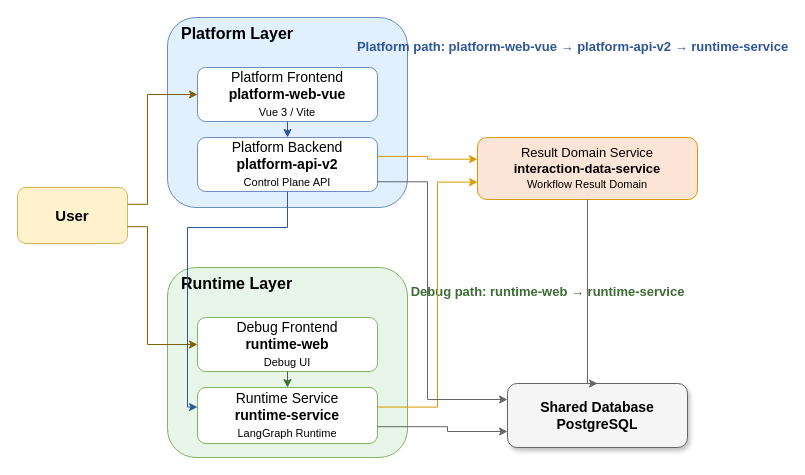
Earlier version of the draw.io diagram docs/diagrams/system-architecture.en.drawio (ljxpython/ai-agent-platform). Source tidied: cells renumbered, new cells numbered last; positions are measured from the earlier drawing's top-left corner, leaving out a move shared by most shapes. Both pictures are drawn from the tidied source at 100%, with x=0, y=0 at pixel (17, 17).
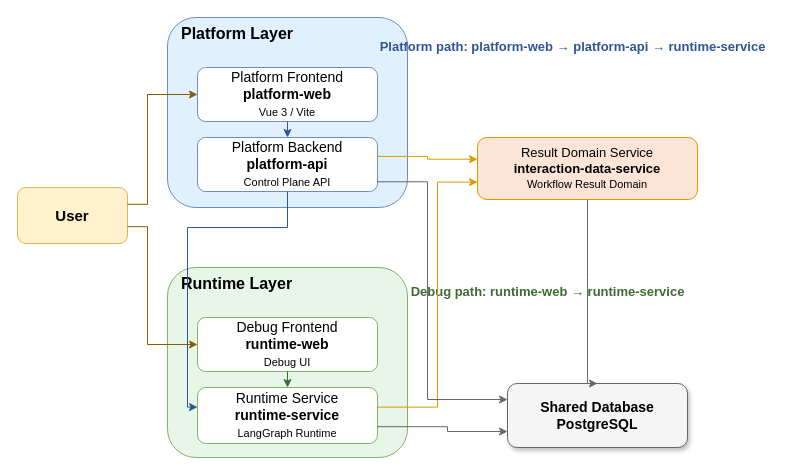
The same diagram, later.

Diff of the diagram source:
```diff
@@
-    <mxCell id="4" value="Platform Frontend&lt;br/&gt;&lt;b&gt;platform-web-vue&lt;/b&gt;&lt;br/&gt;&lt;font style=&quot;font-size:11px;&quot;&gt;Vue 3 / Vite&lt;/font&gt;" style="rounded=1;whiteSpace=wrap;html=1;fillColor=#FFFFFF;strokeColor=#6C8EBF;fontSize=14;align=center;verticalAlign=middle;" parent="1" vertex="1">
+    <mxCell id="4" value="Platform Frontend&lt;br/&gt;&lt;b&gt;platform-web&lt;/b&gt;&lt;br/&gt;&lt;font style=&quot;font-size:11px;&quot;&gt;Vue 3 / Vite&lt;/font&gt;" style="rounded=1;whiteSpace=wrap;html=1;fillColor=#FFFFFF;strokeColor=#6C8EBF;fontSize=14;align=center;verticalAlign=middle;" parent="1" vertex="1">
       <mxGeometry x="180" y="50" width="180" height="54" as="geometry" />
     </mxCell>
-    <mxCell id="5" value="Platform Backend&lt;br/&gt;&lt;b&gt;platform-api-v2&lt;/b&gt;&lt;br/&gt;&lt;font style=&quot;font-size:11px;&quot;&gt;Control Plane API&lt;/font&gt;" style="rounded=1;whiteSpace=wrap;html=1;fillColor=#FFFFFF;strokeColor=#6C8EBF;fontSize=14;align=center;verticalAlign=middle;" parent="1" vertex="1">
+    <mxCell id="5" value="Platform Backend&lt;br/&gt;&lt;b&gt;platform-api&lt;/b&gt;&lt;br/&gt;&lt;font style=&quot;font-size:11px;&quot;&gt;Control Plane API&lt;/font&gt;" style="rounded=1;whiteSpace=wrap;html=1;fillColor=#FFFFFF;strokeColor=#6C8EBF;fontSize=14;align=center;verticalAlign=middle;" parent="1" vertex="1">
       <mxGeometry x="180" y="120" width="180" height="54" as="geometry" />
     </mxCell>
@@
-    <mxCell id="11" value="Platform path: platform-web-vue → platform-api-v2 → runtime-service" style="text;html=1;strokeColor=none;fillColor=none;align=center;verticalAlign=middle;fontSize=13;fontStyle=1;fontColor=#2F5597;" parent="1" vertex="1">
+    <mxCell id="11" value="Platform path: platform-web → platform-api → runtime-service" style="text;html=1;strokeColor=none;fillColor=none;align=center;verticalAlign=middle;fontSize=13;fontStyle=1;fontColor=#2F5597;" parent="1" vertex="1">
       <mxGeometry x="380" y="15" width="350" height="28" as="geometry" />
     </mxCell>
```
